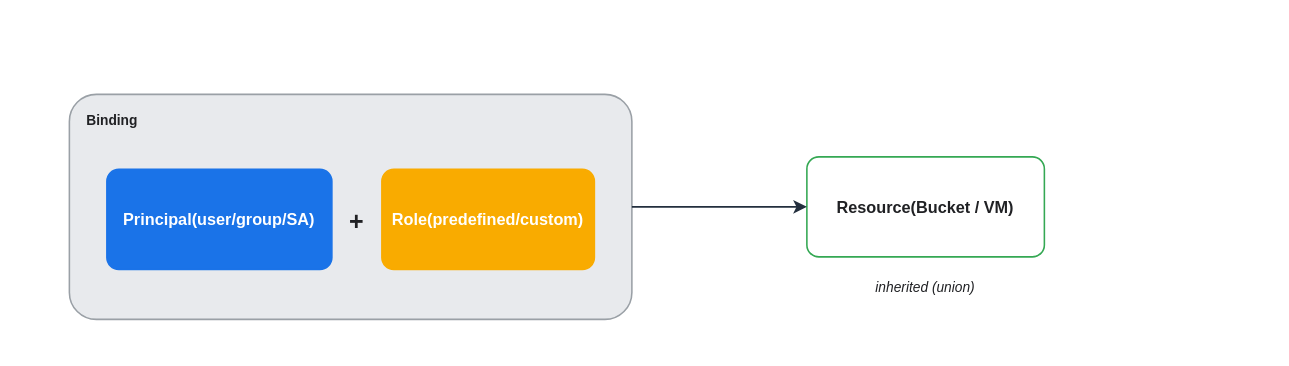
Above: assets/img/gcp/gcp-iam-model.drawio in KKamJi98/kkamji98.github.io (draw.io), before the change. Source tidied: cells renumbered, new cells numbered last; positions are measured from the earlier drawing's top-left corner, leaving out a move shared by most shapes. Both pictures are drawn from the tidied source at 125%, with x=0, y=0 at pixel (69, 94).
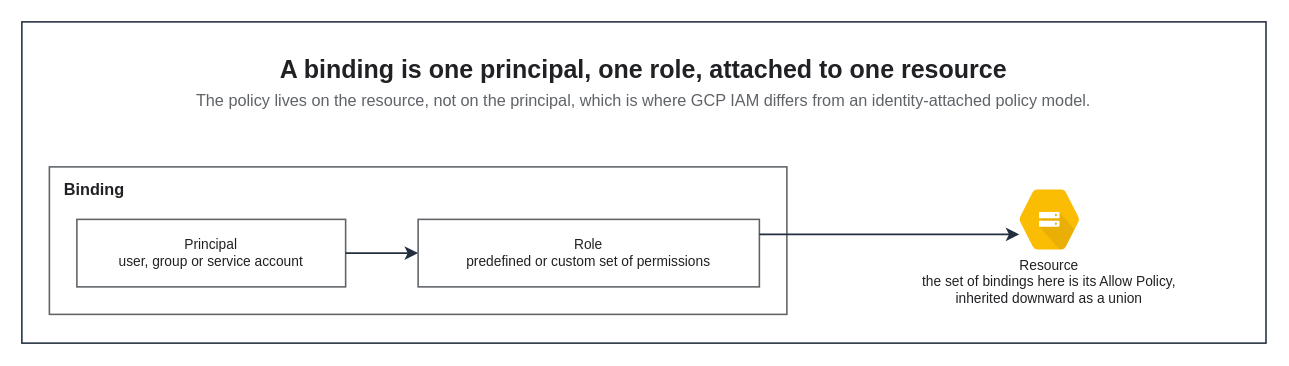
The same diagram, later.

Change to the diagram source:
```diff
@@
 <mxGraphModel background="#FFFFFF">
   <root>
     <mxCell id="0" />
     <mxCell id="1" parent="0" />
+    <mxCell id="9" style="rounded=0;html=0;fillColor=none;strokeColor=#232F3E;fontColor=#202124;strokeWidth=1.25;" parent="1" vertex="1">
+      <mxGeometry x="-38" y="-58" width="995.3" height="257" as="geometry" />
+    </mxCell>
+    <mxCell id="10" value="A binding is one principal, one role, attached to one resource" style="text;html=0;whiteSpace=wrap;fillColor=none;strokeColor=none;fontColor=#202124;fontSize=20;fontStyle=1;align=center;verticalAlign=middle;" parent="1" vertex="1">
+      <mxGeometry x="-16" y="-36" width="951.3" height="30" as="geometry" />
+    </mxCell>
+    <mxCell id="11" value="The policy lives on the resource, not on the principal, which is where GCP IAM differs from an identity-attached policy model." style="text;html=0;whiteSpace=wrap;fillColor=none;strokeColor=none;fontColor=#5F6368;fontSize=13;fontStyle=0;align=center;verticalAlign=middle;" parent="1" vertex="1">
+      <mxGeometry x="-16" y="-6" width="951.3" height="22" as="geometry" />
+    </mxCell>
-    <mxCell id="2" value="Binding" style="rounded=1;arcSize=12;whiteSpace=wrap;html=0;fillColor=#E8EAED;strokeColor=#9AA0A6;fontColor=#202124;fontSize=11;fontStyle=1;verticalAlign=top;align=left;spacingLeft=12;spacingTop=8;strokeWidth=1.25;" parent="1" vertex="1">
-      <mxGeometry width="450" height="180" as="geometry" />
+    <mxCell id="2" value="Binding" style="rounded=0;whiteSpace=wrap;html=0;fillColor=none;strokeColor=#5F6368;fontColor=#202124;fontSize=13;fontStyle=1;align=left;verticalAlign=top;spacingLeft=10;spacingTop=4;strokeWidth=1.25;dashed=0;" parent="1" vertex="1">
+      <mxGeometry x="-16" y="58" width="590" height="118" as="geometry" />
     </mxCell>
-    <mxCell id="3" value="Principal(user/group/SA)" style="rounded=1;arcSize=12;whiteSpace=wrap;html=0;fillColor=#1A73E8;strokeColor=#1A73E8;fontColor=#FFFFFF;fontSize=13;fontStyle=1;verticalAlign=middle;align=center;strokeWidth=1.25;" parent="1" vertex="1">
-      <mxGeometry x="30" y="60" width="180" height="80" as="geometry" />
+    <mxCell id="3" value="Principal&#10;user, group or service account" style="rounded=0;whiteSpace=wrap;html=0;fillColor=#FFFFFF;strokeColor=#5F6368;fontColor=#202124;fontSize=11;fontStyle=0;align=center;verticalAlign=middle;spacingLeft=6;spacingRight=6;strokeWidth=1.25;" parent="1" vertex="1">
+      <mxGeometry x="6" y="100" width="215" height="54" as="geometry" />
     </mxCell>
-    <mxCell id="4" value="+" style="text;html=0;align=center;verticalAlign=middle;fontColor=#202124;fontSize=20;fontStyle=1;" parent="1" vertex="1">
-      <mxGeometry x="212" y="80" width="36" height="40" as="geometry" />
-    </mxCell>
-    <mxCell id="5" value="Role(predefined/custom)" style="rounded=1;arcSize=12;whiteSpace=wrap;html=0;fillColor=#F9AB00;strokeColor=#F9AB00;fontColor=#FFFFFF;fontSize=13;fontStyle=1;verticalAlign=middle;align=center;strokeWidth=1.25;" parent="1" vertex="1">
-      <mxGeometry x="250" y="60" width="170" height="80" as="geometry" />
+    <mxCell id="5" value="Role&#10;predefined or custom set of permissions" style="rounded=0;whiteSpace=wrap;html=0;fillColor=#FFFFFF;strokeColor=#5F6368;fontColor=#202124;fontSize=11;fontStyle=0;align=center;verticalAlign=middle;spacingLeft=6;spacingRight=6;strokeWidth=1.25;" parent="1" vertex="1">
+      <mxGeometry x="279" y="100" width="273" height="54" as="geometry" />
     </mxCell>
-    <mxCell id="6" value="Resource(Bucket / VM)" style="rounded=1;arcSize=12;whiteSpace=wrap;html=0;fillColor=#FFFFFF;strokeColor=#34A853;fontColor=#202124;fontSize=13;fontStyle=1;verticalAlign=middle;align=center;strokeWidth=1.25;" parent="1" vertex="1">
-      <mxGeometry x="590" y="50" width="190" height="80" as="geometry" />
+    <mxCell id="6" value="Resource&#10;the set of bindings here is its Allow Policy,&#10;inherited downward as a union" style="sketch=0;outlineConnect=0;gradientColor=none;html=0;whiteSpace=nowrap;fontSize=11;fontStyle=0;fontColor=#202124;verticalLabelPosition=bottom;verticalAlign=top;align=center;labelBackgroundColor=none;fillColor=#FBBC04;strokeColor=none;dashed=0;shape=mxgraph.gcp2.cloud_storage;" parent="1" vertex="1">
+      <mxGeometry x="760" y="76" width="48" height="48" as="geometry" />
     </mxCell>
-    <mxCell id="7" value="inherited (union)" style="text;html=0;align=center;verticalAlign=middle;fontColor=#202124;fontSize=11;fontStyle=2;" parent="1" vertex="1">
-      <mxGeometry x="570" y="142" width="230" height="24" as="geometry" />
-    </mxCell>
-    <mxCell id="8" style="edgeStyle=orthogonalEdgeStyle;html=0;rounded=0;strokeColor=#232F3E;strokeWidth=1.25;fontColor=#202124;labelBackgroundColor=none;endArrow=classic;exitX=1;exitY=0.5;exitDx=0;exitDy=0;entryX=0;entryY=0.5;entryDx=0;entryDy=0;endSize=7;" parent="1" edge="1" source="2" target="6">
-      <mxGeometry relative="1" as="geometry" />
-    </mxCell>
+    <mxCell id="12" style="edgeStyle=orthogonalEdgeStyle;rounded=0;html=0;strokeColor=#232F3E;strokeWidth=1.25;endArrow=classic;endFill=1;endSize=7;fontSize=11;fontColor=#202124;labelBackgroundColor=none;jettySize=14;exitX=1;exitY=0.5;entryX=0;entryY=0.5;exitDx=0;exitDy=0;entryDx=0;entryDy=0;" parent="1" edge="1" source="3" target="5">
+      <mxGeometry relative="1" as="geometry" />
+    </mxCell>
+    <mxCell id="13" style="edgeStyle=orthogonalEdgeStyle;rounded=0;html=0;strokeColor=#232F3E;strokeWidth=1.25;endArrow=classic;endFill=1;endSize=7;fontSize=11;fontColor=#202124;labelBackgroundColor=none;jettySize=14;exitX=1;exitY=0.2222;entryX=0;entryY=0.75;exitDx=0;exitDy=0;entryDx=0;entryDy=0;" parent="1" edge="1" source="5" target="6">
+      <mxGeometry relative="1" as="geometry" />
+    </mxCell>
   </root>
 </mxGraphModel>
```
